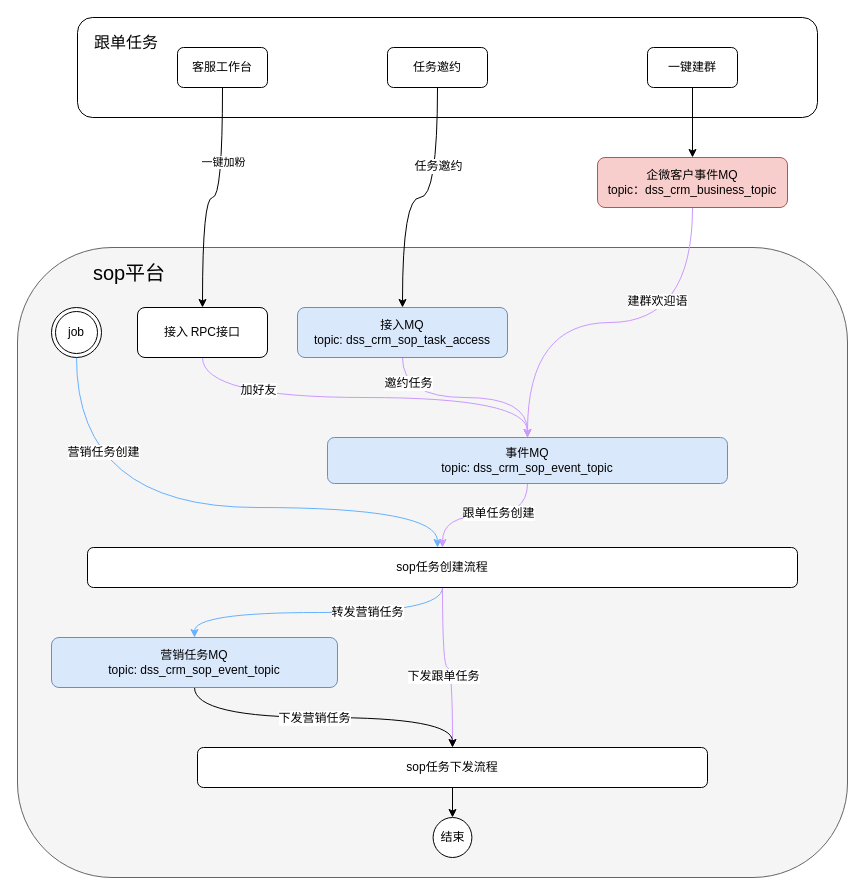
Before: sop流程.drawio in 330129161/draw.io, a draw.io diagram. Source tidied: cells renumbered, new cells numbered last; positions are measured from the earlier drawing's top-left corner, leaving out a move shared by most shapes. Both pictures are drawn from the tidied source at 100%, with x=0, y=0 at pixel (17, 17).
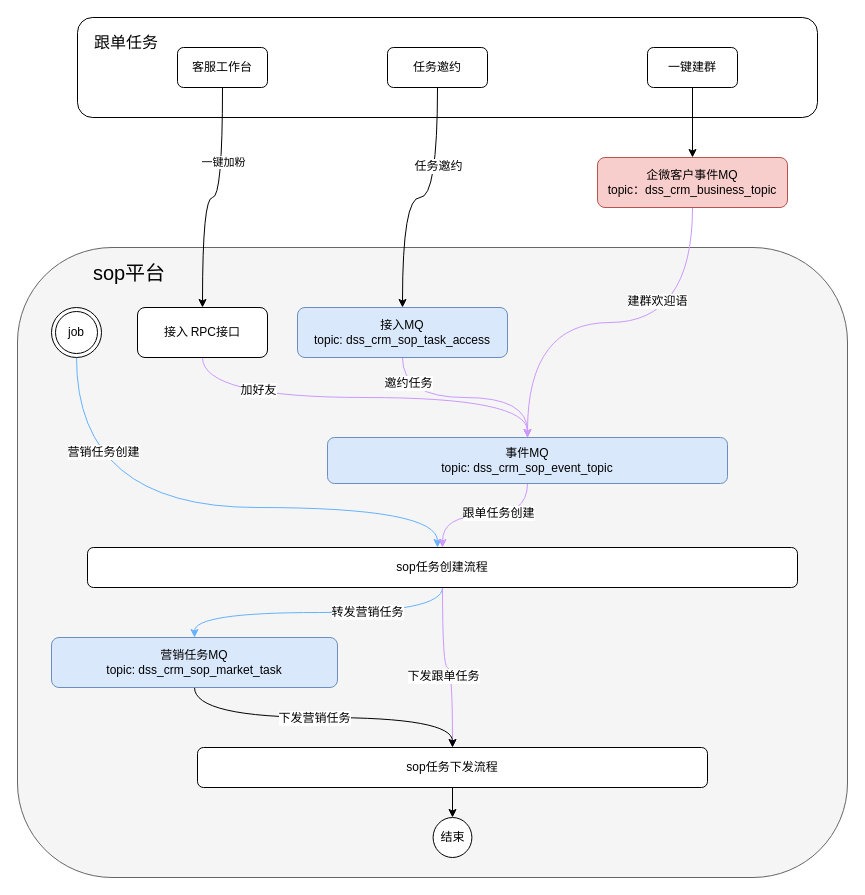
Above is the later version.

The edit, as a diff of the source:
```diff
@@
-    <mxCell id="36" value="营销任务MQ&lt;br&gt;topic:&amp;nbsp;dss_crm_sop_event_topic&lt;br&gt;&lt;span class=&quot;lark-record-clipboard&quot; data-lark-record-data=&quot;{&amp;quot;rootId&amp;quot;:&amp;quot;FImldMycgolcDUxQUyZcc2bRnjg&amp;quot;,&amp;quot;text&amp;quot;:{&amp;quot;initialAttributedTexts&amp;quot;:{&amp;quot;text&amp;quot;:{&amp;quot;0&amp;quot;:&amp;quot;dss_crm_sop_event_topic&amp;quot;},&amp;quot;attribs&amp;quot;:{&amp;quot;0&amp;quot;:&amp;quot;*0+n&amp;quot;}},&amp;quot;apool&amp;quot;:{&amp;quot;numToAttrib&amp;quot;:{&amp;quot;0&amp;quot;:[&amp;quot;author&amp;quot;,&amp;quot;7220235268358848515&amp;quot;]},&amp;quot;nextNum&amp;quot;:1}},&amp;quot;type&amp;quot;:&amp;quot;text&amp;quot;,&amp;quot;referenceRecordMap&amp;quot;:{},&amp;quot;extra&amp;quot;:{&amp;quot;mention_page_title&amp;quot;:{},&amp;quot;external_mention_url&amp;quot;:{}},&amp;quot;isKeepQuoteContainer&amp;quot;:false,&amp;quot;isFromCode&amp;quot;:false,&amp;quot;selection&amp;quot;:[{&amp;quot;id&amp;quot;:15,&amp;quot;type&amp;quot;:&amp;quot;text&amp;quot;,&amp;quot;selection&amp;quot;:{&amp;quot;start&amp;quot;:0,&amp;quot;end&amp;quot;:23},&amp;quot;recordId&amp;quot;:&amp;quot;SeJVd5J5EoVo28xKH6ecCVTpnXb&amp;quot;}],&amp;quot;payloadMap&amp;quot;:{},&amp;quot;isCut&amp;quot;:false}&quot;&gt;&lt;/span&gt;" style="rounded=1;whiteSpace=wrap;html=1;fillColor=#dae8fc;strokeColor=#6c8ebf;" parent="1" vertex="1">
+    <mxCell id="36" value="营销任务MQ&lt;br&gt;topic:&amp;nbsp;dss_crm_sop_market_task&lt;span class=&quot;lark-record-clipboard&quot; data-lark-record-data=&quot;{&amp;quot;rootId&amp;quot;:&amp;quot;FImldMycgolcDUxQUyZcc2bRnjg&amp;quot;,&amp;quot;text&amp;quot;:{&amp;quot;initialAttributedTexts&amp;quot;:{&amp;quot;text&amp;quot;:{&amp;quot;0&amp;quot;:&amp;quot;dss_crm_sop_event_topic&amp;quot;},&amp;quot;attribs&amp;quot;:{&amp;quot;0&amp;quot;:&amp;quot;*0+n&amp;quot;}},&amp;quot;apool&amp;quot;:{&amp;quot;numToAttrib&amp;quot;:{&amp;quot;0&amp;quot;:[&amp;quot;author&amp;quot;,&amp;quot;7220235268358848515&amp;quot;]},&amp;quot;nextNum&amp;quot;:1}},&amp;quot;type&amp;quot;:&amp;quot;text&amp;quot;,&amp;quot;referenceRecordMap&amp;quot;:{},&amp;quot;extra&amp;quot;:{&amp;quot;mention_page_title&amp;quot;:{},&amp;quot;external_mention_url&amp;quot;:{}},&amp;quot;isKeepQuoteContainer&amp;quot;:false,&amp;quot;isFromCode&amp;quot;:false,&amp;quot;selection&amp;quot;:[{&amp;quot;id&amp;quot;:15,&amp;quot;type&amp;quot;:&amp;quot;text&amp;quot;,&amp;quot;selection&amp;quot;:{&amp;quot;start&amp;quot;:0,&amp;quot;end&amp;quot;:23},&amp;quot;recordId&amp;quot;:&amp;quot;SeJVd5J5EoVo28xKH6ecCVTpnXb&amp;quot;}],&amp;quot;payloadMap&amp;quot;:{},&amp;quot;isCut&amp;quot;:false}&quot;&gt;&lt;/span&gt;" style="rounded=1;whiteSpace=wrap;html=1;fillColor=#dae8fc;strokeColor=#6c8ebf;" parent="1" vertex="1">
       <mxGeometry x="34" y="620" width="286" height="50" as="geometry" />
     </mxCell>
```
